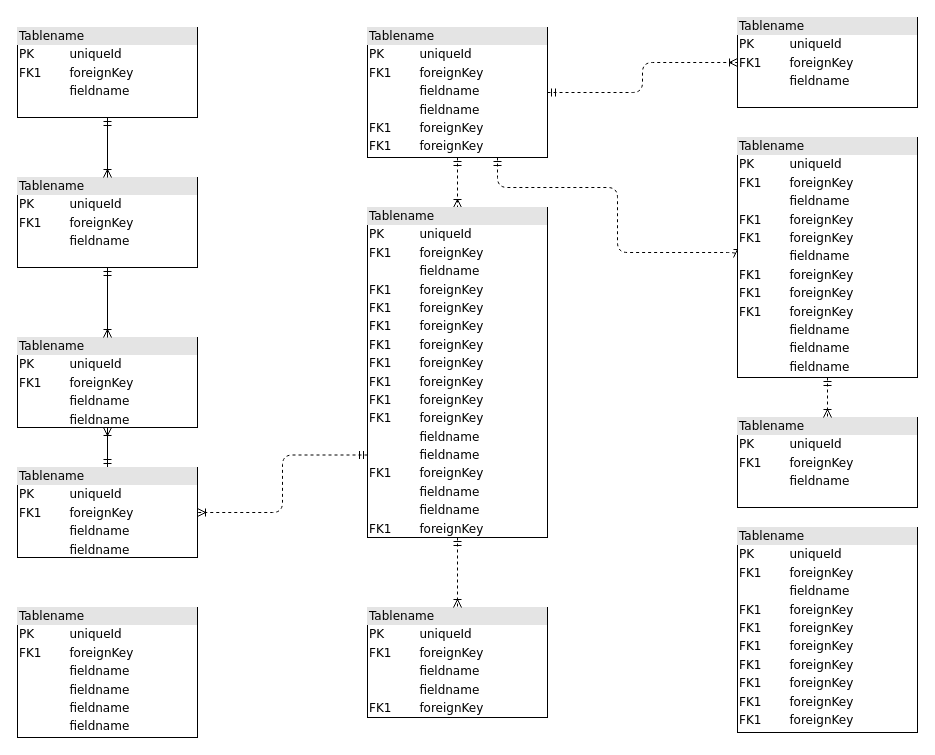
The draw.io diagram Untitled Diagram.drawio in nummy/bottle-cn, before the edit. Source tidied: cells renumbered, new cells numbered last; positions are measured from the earlier drawing's top-left corner, leaving out a move shared by most shapes. Both pictures are drawn from the tidied source at 100%, with x=0, y=0 at pixel (17, 17).
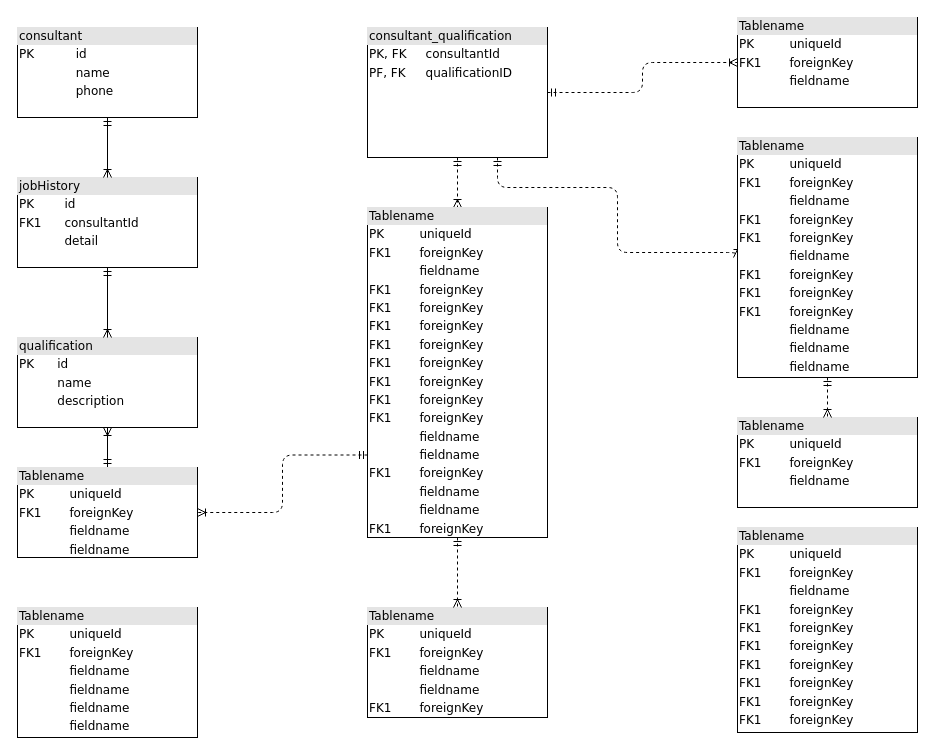
Above is the later version.

Change to the diagram source:
```diff
@@
-    <mxCell id="2" value="&lt;div style=&quot;box-sizing:border-box;width:100%;background:#e4e4e4;padding:2px;&quot;&gt;Tablename&lt;/div&gt;&lt;table style=&quot;width:100%;font-size:1em;&quot; cellpadding=&quot;2&quot; cellspacing=&quot;0&quot;&gt;&lt;tr&gt;&lt;td&gt;PK&lt;/td&gt;&lt;td&gt;uniqueId&lt;/td&gt;&lt;/tr&gt;&lt;tr&gt;&lt;td&gt;FK1&lt;/td&gt;&lt;td&gt;foreignKey&lt;/td&gt;&lt;/tr&gt;&lt;tr&gt;&lt;td&gt;&lt;/td&gt;&lt;td&gt;fieldname&lt;/td&gt;&lt;/tr&gt;&lt;/table&gt;" style="verticalAlign=top;align=left;overflow=fill;html=1;rounded=0;shadow=0;comic=0;labelBackgroundColor=none;strokeWidth=1;fontFamily=Verdana;fontSize=12;" parent="1" vertex="1">
+    <mxCell id="2" value="&lt;div style=&quot;box-sizing:border-box;width:100%;background:#e4e4e4;padding:2px;&quot;&gt;consultant&lt;/div&gt;&lt;table style=&quot;width:100%;font-size:1em;&quot; cellpadding=&quot;2&quot; cellspacing=&quot;0&quot;&gt;&lt;tbody&gt;&lt;tr&gt;&lt;td&gt;PK&lt;/td&gt;&lt;td&gt;id&lt;/td&gt;&lt;/tr&gt;&lt;tr&gt;&lt;td&gt;&lt;br&gt;&lt;/td&gt;&lt;td&gt;name&lt;/td&gt;&lt;/tr&gt;&lt;tr&gt;&lt;td&gt;&lt;/td&gt;&lt;td&gt;phone&lt;/td&gt;&lt;/tr&gt;&lt;/tbody&gt;&lt;/table&gt;" style="verticalAlign=top;align=left;overflow=fill;html=1;rounded=0;shadow=0;comic=0;labelBackgroundColor=none;strokeWidth=1;fontFamily=Verdana;fontSize=12;" parent="1" vertex="1">
       <mxGeometry y="10" width="180" height="90" as="geometry" />
     </mxCell>
@@
-    <mxCell id="6" value="&lt;div style=&quot;box-sizing: border-box ; width: 100% ; background: #e4e4e4 ; padding: 2px&quot;&gt;Tablename&lt;/div&gt;&lt;table style=&quot;width: 100% ; font-size: 1em&quot; cellpadding=&quot;2&quot; cellspacing=&quot;0&quot;&gt;&lt;tbody&gt;&lt;tr&gt;&lt;td&gt;PK&lt;/td&gt;&lt;td&gt;uniqueId&lt;/td&gt;&lt;/tr&gt;&lt;tr&gt;&lt;td&gt;FK1&lt;/td&gt;&lt;td&gt;foreignKey&lt;/td&gt;&lt;/tr&gt;&lt;tr&gt;&lt;td&gt;&lt;/td&gt;&lt;td&gt;fieldname&lt;/td&gt;&lt;/tr&gt;&lt;tr&gt;&lt;td&gt;&lt;br&gt;&lt;/td&gt;&lt;td&gt;fieldname&lt;br&gt;&lt;/td&gt;&lt;/tr&gt;&lt;tr&gt;&lt;td&gt;FK1&lt;br&gt;&lt;/td&gt;&lt;td&gt;foreignKey&lt;br&gt;&lt;/td&gt;&lt;/tr&gt;&lt;tr&gt;&lt;td&gt;FK1&lt;br&gt;&lt;/td&gt;&lt;td&gt;foreignKey&lt;br&gt;&lt;/td&gt;&lt;/tr&gt;&lt;/tbody&gt;&lt;/table&gt;" style="verticalAlign=top;align=left;overflow=fill;html=1;rounded=0;shadow=0;comic=0;labelBackgroundColor=none;strokeWidth=1;fontFamily=Verdana;fontSize=12;" parent="1" vertex="1">
+    <mxCell id="6" value="&lt;div style=&quot;box-sizing: border-box ; width: 100% ; background: #e4e4e4 ; padding: 2px&quot;&gt;consultant_qualification&lt;/div&gt;&lt;table style=&quot;width: 100% ; font-size: 1em&quot; cellpadding=&quot;2&quot; cellspacing=&quot;0&quot;&gt;&lt;tbody&gt;&lt;tr&gt;&lt;td&gt;PK, FK&lt;/td&gt;&lt;td&gt;consultantId&lt;/td&gt;&lt;/tr&gt;&lt;tr&gt;&lt;td&gt;PF, FK&lt;/td&gt;&lt;td&gt;qualificationID&lt;/td&gt;&lt;/tr&gt;&lt;tr&gt;&lt;td&gt;&lt;br&gt;&lt;/td&gt;&lt;td&gt;&lt;br&gt;&lt;/td&gt;&lt;/tr&gt;&lt;/tbody&gt;&lt;/table&gt;" style="verticalAlign=top;align=left;overflow=fill;html=1;rounded=0;shadow=0;comic=0;labelBackgroundColor=none;strokeWidth=1;fontFamily=Verdana;fontSize=12;" parent="1" vertex="1">
       <mxGeometry x="350" y="10" width="180" height="130" as="geometry" />
     </mxCell>
@@
-    <mxCell id="10" value="&lt;div style=&quot;box-sizing: border-box ; width: 100% ; background: #e4e4e4 ; padding: 2px&quot;&gt;Tablename&lt;/div&gt;&lt;table style=&quot;width: 100% ; font-size: 1em&quot; cellpadding=&quot;2&quot; cellspacing=&quot;0&quot;&gt;&lt;tbody&gt;&lt;tr&gt;&lt;td&gt;PK&lt;/td&gt;&lt;td&gt;uniqueId&lt;/td&gt;&lt;/tr&gt;&lt;tr&gt;&lt;td&gt;FK1&lt;/td&gt;&lt;td&gt;foreignKey&lt;/td&gt;&lt;/tr&gt;&lt;tr&gt;&lt;td&gt;&lt;/td&gt;&lt;td&gt;fieldname&lt;/td&gt;&lt;/tr&gt;&lt;tr&gt;&lt;td&gt;&lt;br&gt;&lt;/td&gt;&lt;td&gt;fieldname&lt;br&gt;&lt;/td&gt;&lt;/tr&gt;&lt;/tbody&gt;&lt;/table&gt;" style="verticalAlign=top;align=left;overflow=fill;html=1;rounded=0;shadow=0;comic=0;labelBackgroundColor=none;strokeWidth=1;fontFamily=Verdana;fontSize=12;" parent="1" vertex="1">
+    <mxCell id="10" value="&lt;div style=&quot;box-sizing: border-box ; width: 100% ; background: #e4e4e4 ; padding: 2px&quot;&gt;qualification&lt;/div&gt;&lt;table style=&quot;width: 100% ; font-size: 1em&quot; cellpadding=&quot;2&quot; cellspacing=&quot;0&quot;&gt;&lt;tbody&gt;&lt;tr&gt;&lt;td&gt;PK&lt;/td&gt;&lt;td&gt;id&lt;/td&gt;&lt;/tr&gt;&lt;tr&gt;&lt;td&gt;&lt;br&gt;&lt;/td&gt;&lt;td&gt;name&lt;/td&gt;&lt;/tr&gt;&lt;tr&gt;&lt;td&gt;&lt;/td&gt;&lt;td&gt;description&lt;/td&gt;&lt;/tr&gt;&lt;tr&gt;&lt;td&gt;&lt;br&gt;&lt;/td&gt;&lt;td&gt;&lt;br&gt;&lt;/td&gt;&lt;/tr&gt;&lt;/tbody&gt;&lt;/table&gt;" style="verticalAlign=top;align=left;overflow=fill;html=1;rounded=0;shadow=0;comic=0;labelBackgroundColor=none;strokeWidth=1;fontFamily=Verdana;fontSize=12;" parent="1" vertex="1">
       <mxGeometry y="320" width="180" height="90" as="geometry" />
     </mxCell>
@@
-    <mxCell id="12" value="&lt;div style=&quot;box-sizing:border-box;width:100%;background:#e4e4e4;padding:2px;&quot;&gt;Tablename&lt;/div&gt;&lt;table style=&quot;width:100%;font-size:1em;&quot; cellpadding=&quot;2&quot; cellspacing=&quot;0&quot;&gt;&lt;tr&gt;&lt;td&gt;PK&lt;/td&gt;&lt;td&gt;uniqueId&lt;/td&gt;&lt;/tr&gt;&lt;tr&gt;&lt;td&gt;FK1&lt;/td&gt;&lt;td&gt;foreignKey&lt;/td&gt;&lt;/tr&gt;&lt;tr&gt;&lt;td&gt;&lt;/td&gt;&lt;td&gt;fieldname&lt;/td&gt;&lt;/tr&gt;&lt;/table&gt;" style="verticalAlign=top;align=left;overflow=fill;html=1;rounded=0;shadow=0;comic=0;labelBackgroundColor=none;strokeWidth=1;fontFamily=Verdana;fontSize=12;" parent="1" vertex="1">
+    <mxCell id="12" value="&lt;div style=&quot;box-sizing:border-box;width:100%;background:#e4e4e4;padding:2px;&quot;&gt;jobHistory&lt;/div&gt;&lt;table style=&quot;width:100%;font-size:1em;&quot; cellpadding=&quot;2&quot; cellspacing=&quot;0&quot;&gt;&lt;tbody&gt;&lt;tr&gt;&lt;td&gt;PK&lt;/td&gt;&lt;td&gt;id&lt;/td&gt;&lt;/tr&gt;&lt;tr&gt;&lt;td&gt;FK1&lt;/td&gt;&lt;td&gt;consultantId&lt;/td&gt;&lt;/tr&gt;&lt;tr&gt;&lt;td&gt;&lt;/td&gt;&lt;td&gt;detail&lt;/td&gt;&lt;/tr&gt;&lt;/tbody&gt;&lt;/table&gt;" style="verticalAlign=top;align=left;overflow=fill;html=1;rounded=0;shadow=0;comic=0;labelBackgroundColor=none;strokeWidth=1;fontFamily=Verdana;fontSize=12;" parent="1" vertex="1">
       <mxGeometry y="160" width="180" height="90" as="geometry" />
     </mxCell>
```
